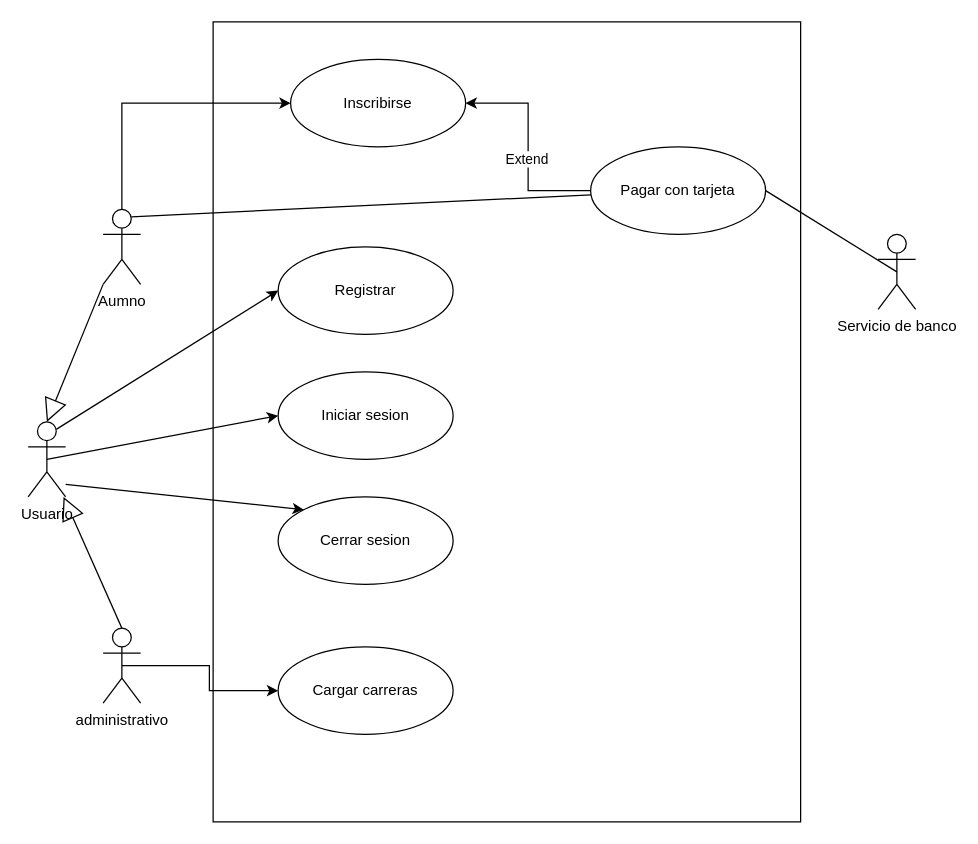
Above: Ejercicio2- Posgrado/Posgrado.drawio in Fefo7/Inge1 (draw.io), before the change. Source tidied: cells renumbered, new cells numbered last; positions are measured from the earlier drawing's top-left corner, leaving out a move shared by most shapes. Both pictures are drawn from the tidied source at 125%, with x=0, y=0 at pixel (28, 21).
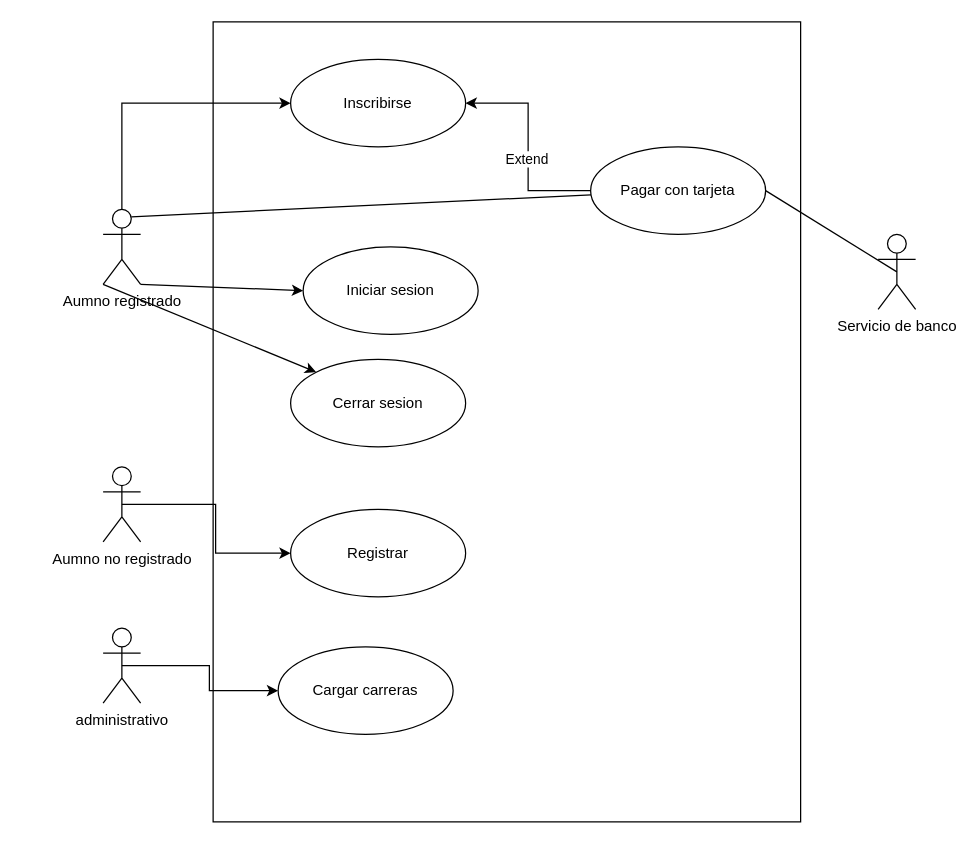
The same diagram, later.

The change refers to these unchanged cells:
```xml
<mxCell id="6" value="administrativo" style="shape=umlActor;verticalLabelPosition=bottom;verticalAlign=top;html=1;outlineConnect=0;" parent="1" vertex="1">
  <mxGeometry x="60" y="485" width="30" height="60" as="geometry" />
</mxCell>
```

The edit, as a diff of the source:
```diff
@@
-    <mxCell id="4" value="Aumno" style="shape=umlActor;verticalLabelPosition=bottom;verticalAlign=top;html=1;outlineConnect=0;" parent="1" vertex="1">
+    <mxCell id="4" value="Aumno registrado" style="shape=umlActor;verticalLabelPosition=bottom;verticalAlign=top;html=1;outlineConnect=0;" parent="1" vertex="1">
       <mxGeometry x="60" y="150" width="30" height="60" as="geometry" />
     </mxCell>
@@
     <mxCell id="10" value="Registrar" style="ellipse;whiteSpace=wrap;html=1;" parent="1" vertex="1">
-      <mxGeometry x="200" y="180" width="140" height="70" as="geometry" />
+      <mxGeometry x="210" y="390" width="140" height="70" as="geometry" />
     </mxCell>
     <mxCell id="11" value="Iniciar sesion" style="ellipse;whiteSpace=wrap;html=1;" parent="1" vertex="1">
-      <mxGeometry x="200" y="280" width="140" height="70" as="geometry" />
+      <mxGeometry x="220" y="180" width="140" height="70" as="geometry" />
     </mxCell>
     <mxCell id="12" value="Cerrar sesion" style="ellipse;whiteSpace=wrap;html=1;" parent="1" vertex="1">
-      <mxGeometry x="200" y="380" width="140" height="70" as="geometry" />
+      <mxGeometry x="210" y="270" width="140" height="70" as="geometry" />
     </mxCell>
@@
-    <mxCell id="18" style="rounded=0;jettySize=auto;html=1;exitX=0.75;exitY=0.1;exitDx=0;exitDy=0;exitPerimeter=0;entryX=0;entryY=0.5;entryDx=0;entryDy=0;" parent="1" edge="1" source="21" target="10">
-      <mxGeometry relative="1" as="geometry" />
-    </mxCell>
-    <mxCell id="19" style="rounded=0;jettySize=auto;html=1;exitX=0.5;exitY=0.5;exitDx=0;exitDy=0;exitPerimeter=0;entryX=0;entryY=0.5;entryDx=0;entryDy=0;" parent="1" edge="1" source="21" target="11">
+    <mxCell id="19" style="rounded=0;jettySize=auto;html=1;exitX=1;exitY=1;exitDx=0;exitDy=0;exitPerimeter=0;entryX=0;entryY=0.5;entryDx=0;entryDy=0;" parent="1" edge="1" source="4" target="11">
       <mxGeometry relative="1" as="geometry" />
     </mxCell>
-    <mxCell id="20" style="rounded=0;jettySize=auto;html=1;exitX=1;exitY=1;exitDx=0;exitDy=0;exitPerimeter=0;entryX=0;entryY=0;entryDx=0;entryDy=0;" parent="1" edge="1" target="12">
-      <mxGeometry relative="1" as="geometry">
-        <mxPoint x="30" y="370" as="sourcePoint" />
-      </mxGeometry>
+    <mxCell id="20" style="rounded=0;jettySize=auto;html=1;exitX=0;exitY=1;exitDx=0;exitDy=0;exitPerimeter=0;entryX=0;entryY=0;entryDx=0;entryDy=0;" parent="1" edge="1" source="4" target="12">
+      <mxGeometry relative="1" as="geometry" />
     </mxCell>
-    <mxCell id="21" value="Usuario" style="shape=umlActor;verticalLabelPosition=bottom;verticalAlign=top;html=1;outlineConnect=0;" parent="1" vertex="1">
-      <mxGeometry y="320" width="30" height="60" as="geometry" />
-    </mxCell>
-    <mxCell id="22" style="endArrow=block;endSize=16;endFill=0;html=1;rounded=0;exitX=0.5;exitY=0;exitDx=0;exitDy=0;exitPerimeter=0;" parent="1" edge="1" source="6" target="21">
-      <mxGeometry relative="1" as="geometry" />
-    </mxCell>
-    <mxCell id="23" style="endArrow=block;endSize=16;endFill=0;html=1;rounded=0;exitX=0;exitY=1;exitDx=0;exitDy=0;exitPerimeter=0;entryX=0.5;entryY=0;entryDx=0;entryDy=0;entryPerimeter=0;" parent="1" edge="1" source="4" target="21">
-      <mxGeometry relative="1" as="geometry" />
-    </mxCell>
+    <mxCell id="24" style="edgeStyle=orthogonalEdgeStyle;rounded=0;jettySize=auto;html=1;exitX=0.5;exitY=0.5;exitDx=0;exitDy=0;exitPerimeter=0;" parent="1" edge="1" source="25" target="10">
+      <mxGeometry relative="1" as="geometry" />
+    </mxCell>
+    <mxCell id="25" value="Aumno no registrado" style="shape=umlActor;verticalLabelPosition=bottom;verticalAlign=top;html=1;outlineConnect=0;" parent="1" vertex="1">
+      <mxGeometry x="60" y="356" width="30" height="60" as="geometry" />
+    </mxCell>
```
